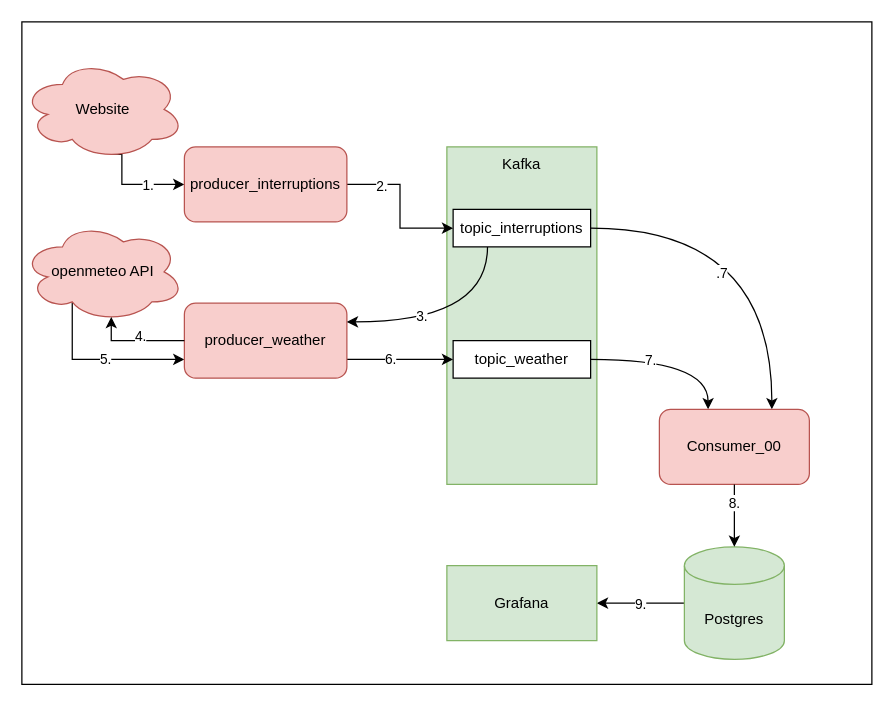
toporek3112/vienna_public-transport_weather_correlation keeps this draw.io diagram as img/DSI_proj_infrastructure.drawio. Above is the earlier version. Source tidied: cells renumbered, new cells numbered last; positions are measured from the earlier drawing's top-left corner, leaving out a move shared by most shapes. Both pictures are drawn from the tidied source at 125%, with x=0, y=0 at pixel (21, 21).
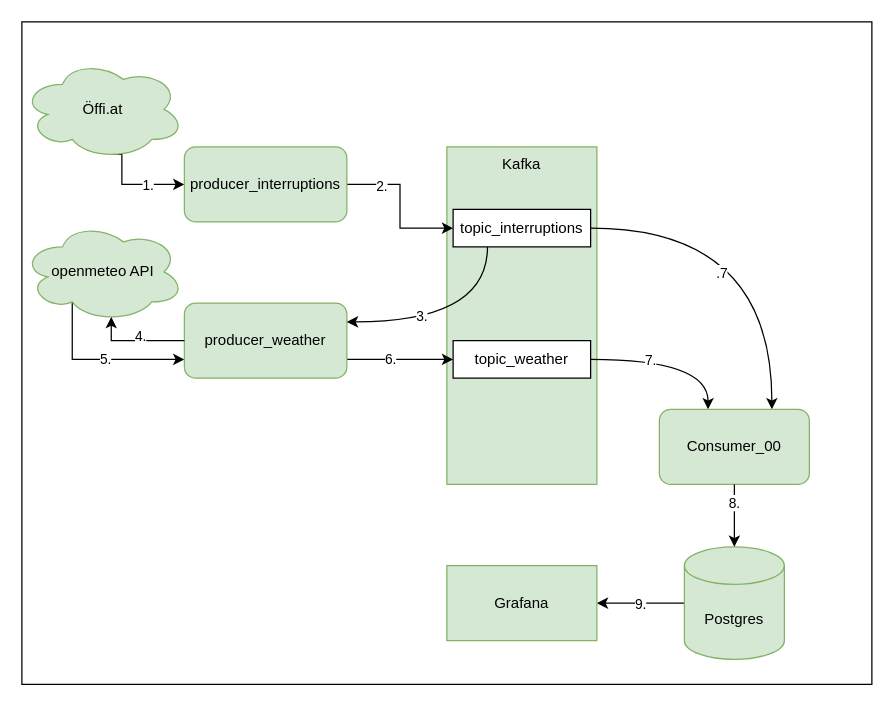
After the change.

Diff of the diagram source:
```diff
@@
-    <mxCell id="6" value="Website" style="ellipse;shape=cloud;whiteSpace=wrap;html=1;fillColor=#f8cecc;strokeColor=#b85450;" parent="1" vertex="1">
+    <mxCell id="6" value="Öffi.at" style="ellipse;shape=cloud;whiteSpace=wrap;html=1;fillColor=#d5e8d4;strokeColor=#82b366;" parent="1" vertex="1">
       <mxGeometry y="30" width="130" height="80" as="geometry" />
     </mxCell>
@@
-    <mxCell id="9" value="producer_interruptions" style="rounded=1;whiteSpace=wrap;html=1;fillColor=#f8cecc;strokeColor=#b85450;" parent="1" vertex="1">
+    <mxCell id="9" value="producer_interruptions" style="rounded=1;whiteSpace=wrap;html=1;fillColor=#d5e8d4;strokeColor=#82b366;" parent="1" vertex="1">
       <mxGeometry x="130" y="100" width="130" height="60" as="geometry" />
     </mxCell>
@@
-    <mxCell id="12" value="openmeteo API" style="ellipse;shape=cloud;whiteSpace=wrap;html=1;fillColor=#f8cecc;strokeColor=#b85450;" parent="1" vertex="1">
+    <mxCell id="12" value="openmeteo API" style="ellipse;shape=cloud;whiteSpace=wrap;html=1;fillColor=#d5e8d4;strokeColor=#82b366;" parent="1" vertex="1">
       <mxGeometry y="160" width="130" height="80" as="geometry" />
     </mxCell>
@@
-    <mxCell id="15" value="producer_weather" style="rounded=1;whiteSpace=wrap;html=1;fillColor=#f8cecc;strokeColor=#b85450;" parent="1" vertex="1">
+    <mxCell id="15" value="producer_weather" style="rounded=1;whiteSpace=wrap;html=1;fillColor=#d5e8d4;strokeColor=#82b366;" parent="1" vertex="1">
       <mxGeometry x="130" y="225" width="130" height="60" as="geometry" />
     </mxCell>
@@
-    <mxCell id="24" value="&lt;div&gt;Consumer_00&lt;/div&gt;" style="rounded=1;whiteSpace=wrap;html=1;fillColor=#f8cecc;strokeColor=#b85450;" parent="1" vertex="1">
+    <mxCell id="24" value="&lt;div&gt;Consumer_00&lt;/div&gt;" style="rounded=1;whiteSpace=wrap;html=1;fillColor=#d5e8d4;strokeColor=#82b366;" parent="1" vertex="1">
       <mxGeometry x="510" y="310" width="120" height="60" as="geometry" />
     </mxCell>
```
